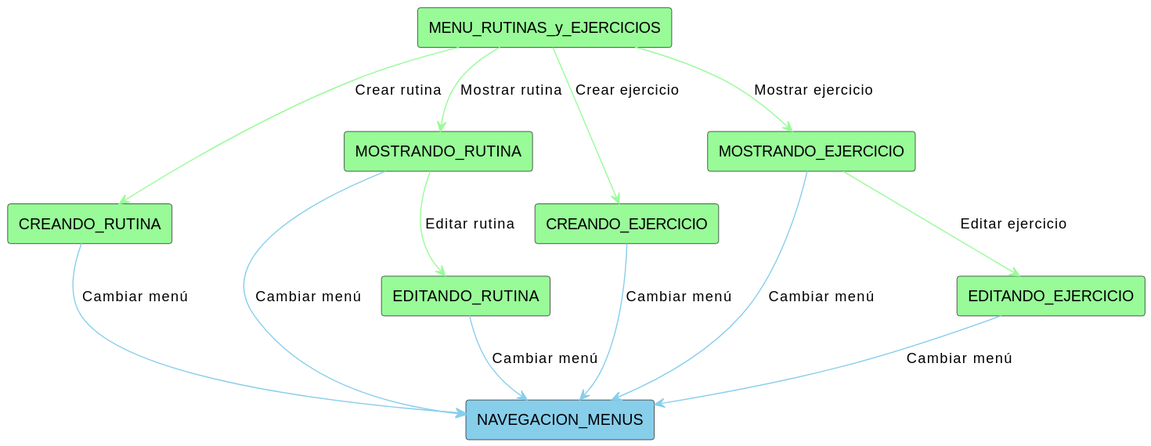
The PlantUML diagram Documentos/Imagenes/DiagramasContexto/DiagramasDeContextoProfesor/DiagramaDeContextoMenuRutinasyEjerciciosProfesor.svg in mmasias/24-25-IdSw1-SDR, before a commit.
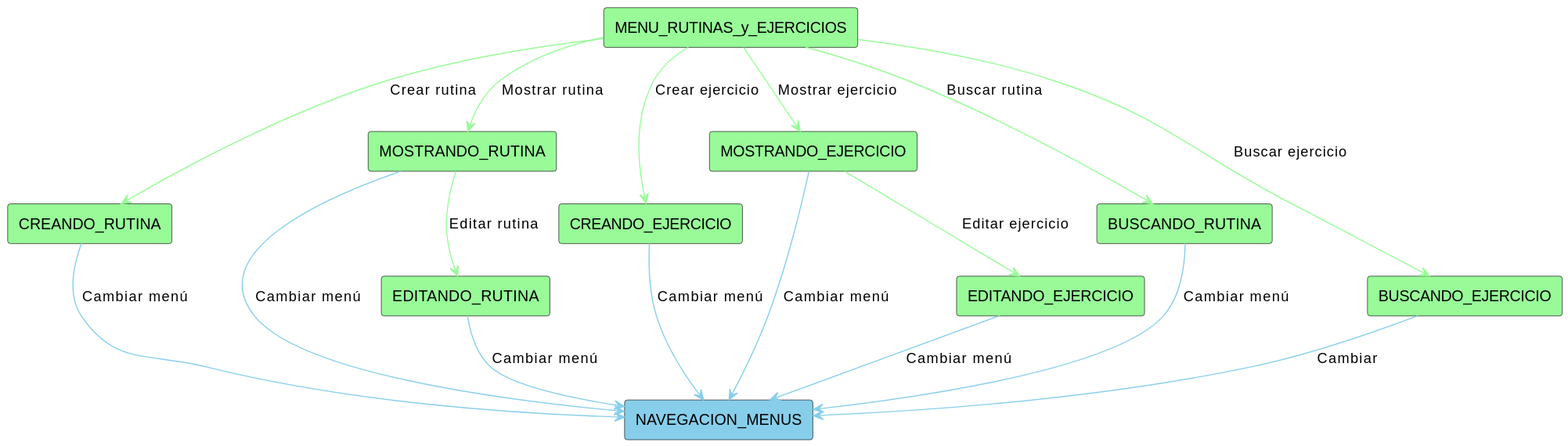
After the change.

Commit message:
Contexto Profesor

Change to the diagram source:
```diff
@@ -10,6 +10,8 @@
 RECTANGLE(CREANDO_EJERCICIO, PaleGreen)
 RECTANGLE(MOSTRANDO_EJERCICIO, PaleGreen)
 RECTANGLE(EDITANDO_EJERCICIO, PaleGreen)
+RECTANGLE(BUSCANDO_RUTINA, PaleGreen)
+RECTANGLE(BUSCANDO_EJERCICIO, PaleGreen)
 
 
 CREANDO_RUTINA -[#SkyBlue]-> NAVEGACION_MENUS : Cambiar menú
@@ -18,6 +20,8 @@
 CREANDO_EJERCICIO -[#SkyBlue]-> NAVEGACION_MENUS : Cambiar menú
 MOSTRANDO_EJERCICIO -[#SkyBlue]-> NAVEGACION_MENUS : Cambiar menú
 EDITANDO_EJERCICIO -[#SkyBlue]-> NAVEGACION_MENUS : Cambiar menú
+BUSCANDO_RUTINA -[#SkyBlue]-> NAVEGACION_MENUS : Cambiar menú
+BUSCANDO_EJERCICIO -[#SkyBlue]-> NAVEGACION_MENUS : Cambiar
 
 MENU_RUTINAS_y_EJERCICIOS -[#PaleGreen]-> CREANDO_RUTINA : Crear rutina
 MENU_RUTINAS_y_EJERCICIOS -[#PaleGreen]-> CREANDO_EJERCICIO : Crear ejercicio
@@ -25,4 +29,6 @@
 MENU_RUTINAS_y_EJERCICIOS -[#PaleGreen]-> MOSTRANDO_EJERCICIO : Mostrar ejercicio
 MOSTRANDO_RUTINA -[#PaleGreen]-> EDITANDO_RUTINA : Editar rutina
 MOSTRANDO_EJERCICIO -[#PaleGreen]-> EDITANDO_EJERCICIO : Editar ejercicio
+MENU_RUTINAS_y_EJERCICIOS -[#PaleGreen]-> BUSCANDO_RUTINA : Buscar rutina
+MENU_RUTINAS_y_EJERCICIOS -[#PaleGreen]-> BUSCANDO_EJERCICIO : Buscar ejercicio
 @enduml
```
